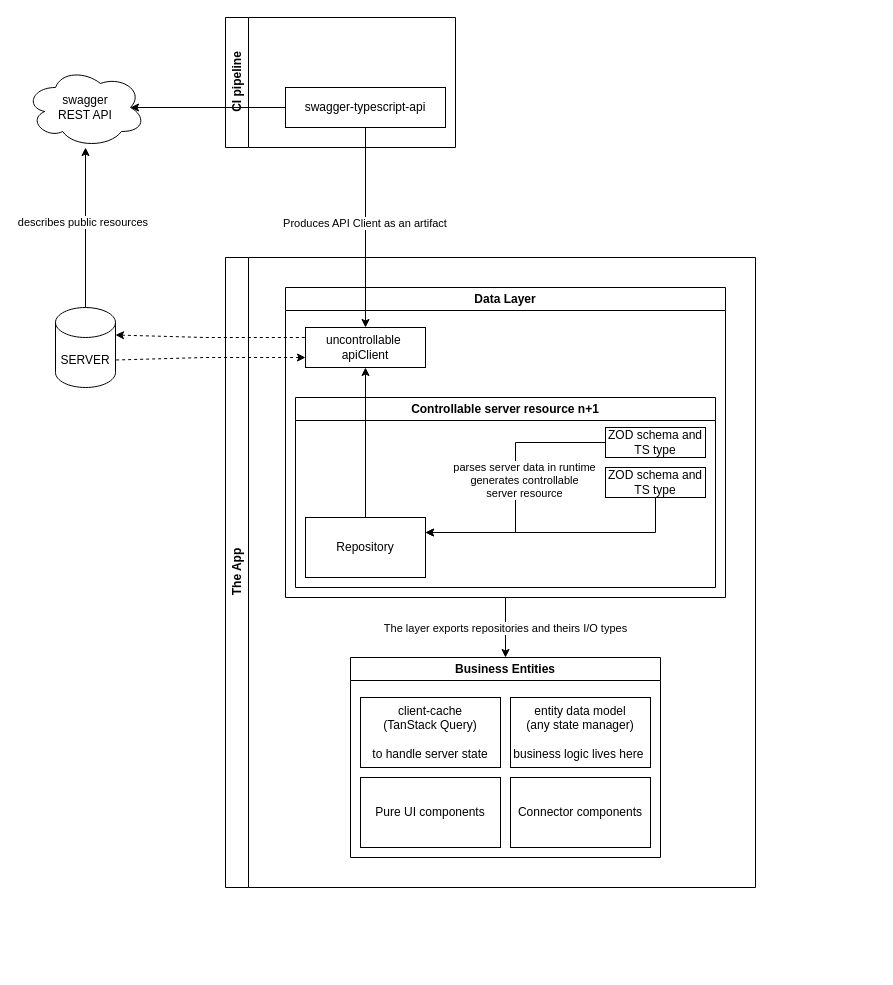
Earlier version of the draw.io diagram page "Page-2" (2 of 2) of Submission Form Structure.drawio (vdkrasny/Submission-Form-Architecture). Source tidied: cells renumbered, new cells numbered last; positions are measured from the earlier drawing's top-left corner, leaving out a move shared by most shapes. Both pictures are drawn from the tidied source at 100%, with x=0, y=0 at pixel (25, 17). Pictures stored in the file or linked from it are replaced by grey dashed boxes.
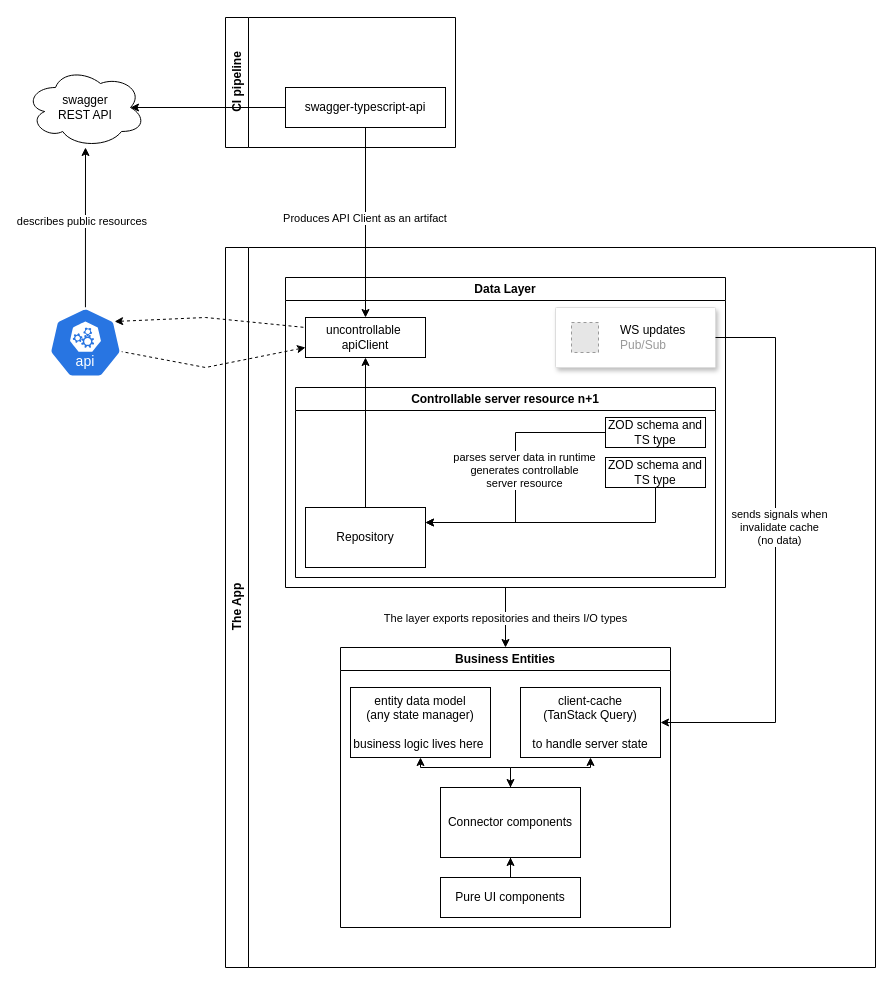
Above is the later version.

Unchanged cells that the change refers to:
```xml
<mxCell id="2" value="swagger&lt;br&gt;REST API" style="ellipse;shape=cloud;whiteSpace=wrap;html=1;" parent="1" vertex="1">
  <mxGeometry y="50" width="120" height="80" as="geometry" />
</mxCell>
<mxCell id="4" value="Data Layer" style="swimlane;whiteSpace=wrap;html=1;" parent="3" vertex="1">
  <mxGeometry x="60" y="30" width="440" height="310" as="geometry" />
</mxCell>
<mxCell id="5" value="uncontrollable&amp;nbsp; apiClient" style="rounded=0;whiteSpace=wrap;html=1;" parent="4" vertex="1">
  <mxGeometry x="20" y="40" width="120" height="40" as="geometry" />
</mxCell>
```

What changed in the source:
```diff
@@
     <mxCell id="3" value="The App" style="swimlane;horizontal=0;whiteSpace=wrap;html=1;" parent="1" vertex="1">
-      <mxGeometry x="200" y="240" width="530" height="630" as="geometry" />
+      <mxGeometry x="200" y="230" width="650" height="720" as="geometry" />
     </mxCell>
@@
+    <mxCell id="31" style="strokeColor=#dddddd;shadow=1;strokeWidth=1;rounded=1;absoluteArcSize=1;arcSize=2;" parent="4" vertex="1">
+      <mxGeometry x="270" y="30" width="160" height="60" as="geometry" />
+    </mxCell>
+    <mxCell id="32" value="&lt;font color=&quot;#000000&quot;&gt;WS updates&lt;/font&gt;&lt;br&gt;Pub/Sub" style="fillColor=#E6E6E6;strokeColor=#999999;dashed=1;html=1;fontColor=#999999;verticalLabelPosition=middle;verticalAlign=middle;labelPosition=right;align=left;spacingLeft=20;" parent="31" vertex="1">
+      <mxGeometry width="27" height="30" relative="1" as="geometry">
+        <mxPoint x="16" y="15" as="offset" />
+      </mxGeometry>
+    </mxCell>
     <mxCell id="14" value="Business Entities" style="swimlane;whiteSpace=wrap;html=1;startSize=23;" parent="3" vertex="1">
-      <mxGeometry x="125" y="400" width="310" height="200" as="geometry" />
+      <mxGeometry x="115" y="400" width="330" height="280" as="geometry" />
     </mxCell>
     <mxCell id="15" value="client-cache&lt;br&gt;(TanStack Query)&lt;br&gt;&lt;br&gt;to handle server state" style="rounded=0;whiteSpace=wrap;html=1;" parent="14" vertex="1">
-      <mxGeometry x="10" y="40" width="140" height="70" as="geometry" />
+      <mxGeometry x="180" y="40" width="140" height="70" as="geometry" />
     </mxCell>
     <mxCell id="16" value="entity data model&lt;br&gt;(any state manager)&lt;br&gt;&lt;br&gt;business logic lives here&amp;nbsp;" style="rounded=0;whiteSpace=wrap;html=1;" parent="14" vertex="1">
-      <mxGeometry x="160" y="40" width="140" height="70" as="geometry" />
+      <mxGeometry x="10" y="40" width="140" height="70" as="geometry" />
     </mxCell>
+    <mxCell id="33" style="edgeStyle=orthogonalEdgeStyle;rounded=0;jettySize=auto;html=1;entryX=0.5;entryY=1;entryDx=0;entryDy=0;" parent="14" edge="1" source="17" target="18">
+      <mxGeometry relative="1" as="geometry" />
+    </mxCell>
     <mxCell id="17" value="Pure UI components" style="rounded=0;whiteSpace=wrap;html=1;" parent="14" vertex="1">
-      <mxGeometry x="10" y="120" width="140" height="70" as="geometry" />
+      <mxGeometry x="100" y="230" width="140" height="40" as="geometry" />
     </mxCell>
+    <mxCell id="34" style="edgeStyle=orthogonalEdgeStyle;rounded=0;jettySize=auto;html=1;entryX=0.5;entryY=1;entryDx=0;entryDy=0;" parent="14" edge="1" source="18" target="16">
+      <mxGeometry relative="1" as="geometry" />
+    </mxCell>
+    <mxCell id="35" style="edgeStyle=orthogonalEdgeStyle;rounded=0;jettySize=auto;html=1;entryX=0.5;entryY=1;entryDx=0;entryDy=0;startArrow=classic;startFill=1;" parent="14" edge="1" source="18" target="15">
+      <mxGeometry relative="1" as="geometry" />
+    </mxCell>
     <mxCell id="18" value="Connector components" style="rounded=0;whiteSpace=wrap;html=1;" parent="14" vertex="1">
-      <mxGeometry x="160" y="120" width="140" height="70" as="geometry" />
+      <mxGeometry x="100" y="140" width="140" height="70" as="geometry" />
     </mxCell>
@@
+    <mxCell id="36" style="edgeStyle=orthogonalEdgeStyle;rounded=0;jettySize=auto;html=1;entryX=1;entryY=0.5;entryDx=0;entryDy=0;" parent="3" edge="1" source="31" target="15">
+      <mxGeometry relative="1" as="geometry">
+        <Array as="points">
+          <mxPoint x="550" y="90" />
+          <mxPoint x="550" y="475" />
+        </Array>
+      </mxGeometry>
+    </mxCell>
+    <mxCell id="37" value="sends signals when&lt;div&gt;invalidate cache&lt;br&gt;(no data)&lt;/div&gt;" style="edgeLabel;html=1;align=center;verticalAlign=middle;" parent="36" vertex="1">
+      <mxGeometry x="-0.11" y="3" relative="1" as="geometry" />
+    </mxCell>
-    <mxCell id="21" style="endArrow=none;startArrow=classic;html=1;rounded=0;entryX=0;entryY=0.25;entryDx=0;entryDy=0;dashed=1;endFill=0;exitX=1;exitY=0;exitDx=0;exitDy=27.5;exitPerimeter=0;" parent="1" edge="1" source="22" target="5">
+    <mxCell id="21" style="endArrow=none;startArrow=classic;html=1;rounded=0;entryX=0;entryY=0.25;entryDx=0;entryDy=0;dashed=1;endFill=0;exitX=0.9;exitY=0.2;exitDx=0;exitDy=0;exitPerimeter=0;" parent="1" edge="1" source="38" target="5">
       <mxGeometry relative="1" as="geometry">
         <Array as="points">
-          <mxPoint x="180" y="320" />
+          <mxPoint x="180" y="300" />
         </Array>
       </mxGeometry>
     </mxCell>
-    <mxCell id="22" value="SERVER" style="shape=cylinder3;whiteSpace=wrap;html=1;boundedLbl=1;backgroundOutline=1;size=15;" parent="1" vertex="1">
-      <mxGeometry x="30" y="290" width="60" height="80" as="geometry" />
-    </mxCell>
-    <mxCell id="23" style="endArrow=classic;html=1;rounded=0;exitX=0.5;exitY=0;exitDx=0;exitDy=0;exitPerimeter=0;" parent="1" edge="1" source="22" target="2">
+    <mxCell id="23" style="endArrow=classic;html=1;rounded=0;exitX=0.5;exitY=0;exitDx=0;exitDy=0;exitPerimeter=0;" parent="1" edge="1" source="38" target="2">
       <mxGeometry relative="1" as="geometry" />
     </mxCell>
@@
-    <mxCell id="27" style="endArrow=none;startArrow=classic;html=1;rounded=0;exitX=0;exitY=0.75;exitDx=0;exitDy=0;dashed=1;endFill=0;entryX=1;entryY=0;entryDx=0;entryDy=52.5;entryPerimeter=0;" parent="1" edge="1" source="5" target="22">
+    <mxCell id="27" style="endArrow=none;startArrow=classic;html=1;rounded=0;exitX=0;exitY=0.75;exitDx=0;exitDy=0;dashed=1;endFill=0;entryX=0.995;entryY=0.63;entryDx=0;entryDy=0;entryPerimeter=0;" parent="1" edge="1" source="5" target="38">
       <mxGeometry relative="1" as="geometry">
         <Array as="points">
-          <mxPoint x="180" y="340" />
+          <mxPoint x="180" y="350" />
         </Array>
       </mxGeometry>
     </mxCell>
@@
+    <mxCell id="38" style="sketch=0;html=1;dashed=0;whitespace=wrap;verticalLabelPosition=bottom;verticalAlign=top;fillColor=#2875E2;strokeColor=#ffffff;points=[[0.005,0.63,0],[0.1,0.2,0],[0.9,0.2,0],[0.5,0,0],[0.995,0.63,0],[0.72,0.99,0],[0.5,1,0],[0.28,0.99,0]];shape=mxgraph.kubernetes.icon2;kubernetesLabel=1;prIcon=api;" parent="1" vertex="1">
+      <mxGeometry x="23.5" y="290" width="72.9" height="70" as="geometry" />
+    </mxCell>
```
